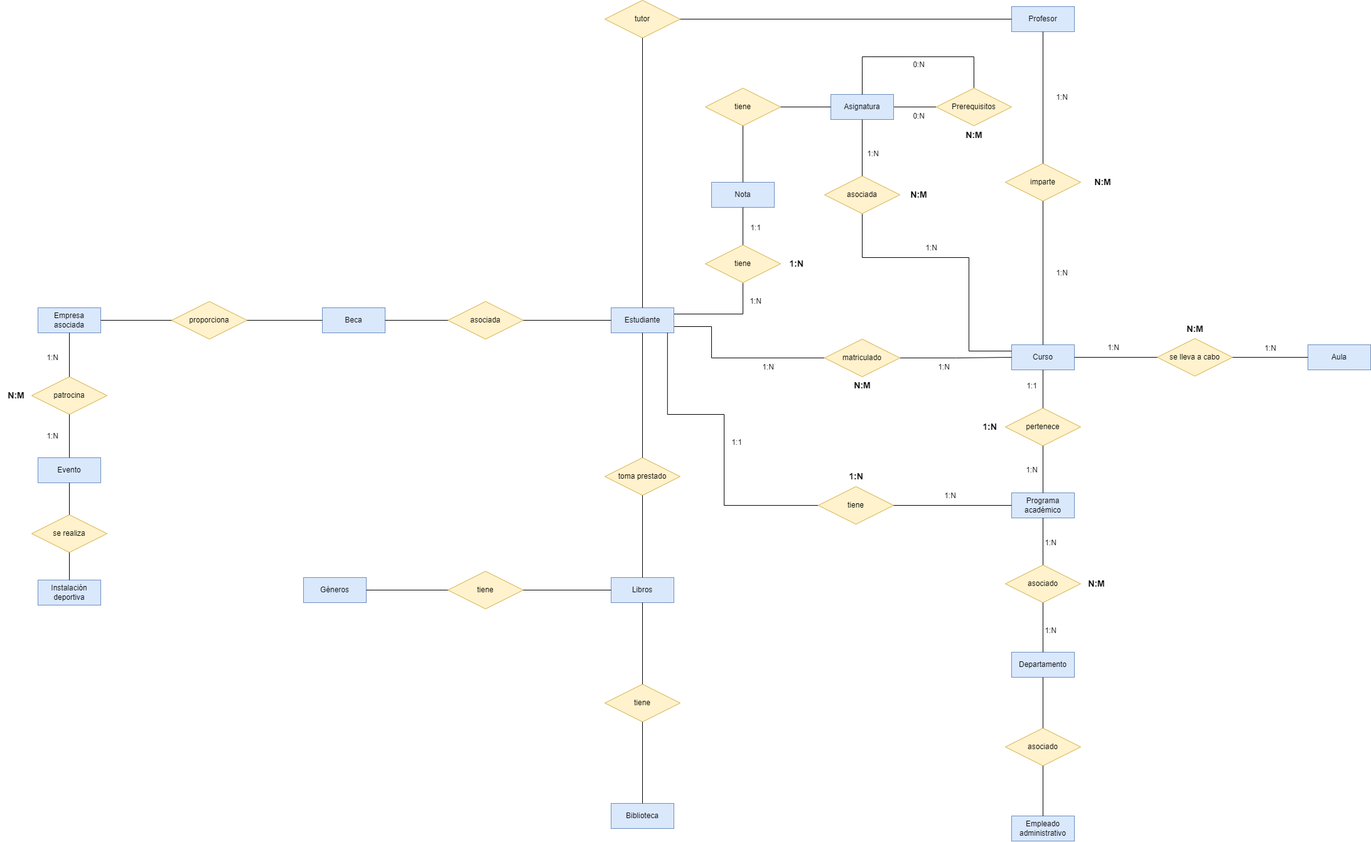
This is modelo-er/Modelo ER.drawio.png from RafaelMayor/proyectoBBDD, a draw.io export, as it was before one commit. Source tidied: cells renumbered, new cells last; positions are measured from the earlier drawing's top-left corner, leaving out a move shared by most shapes.
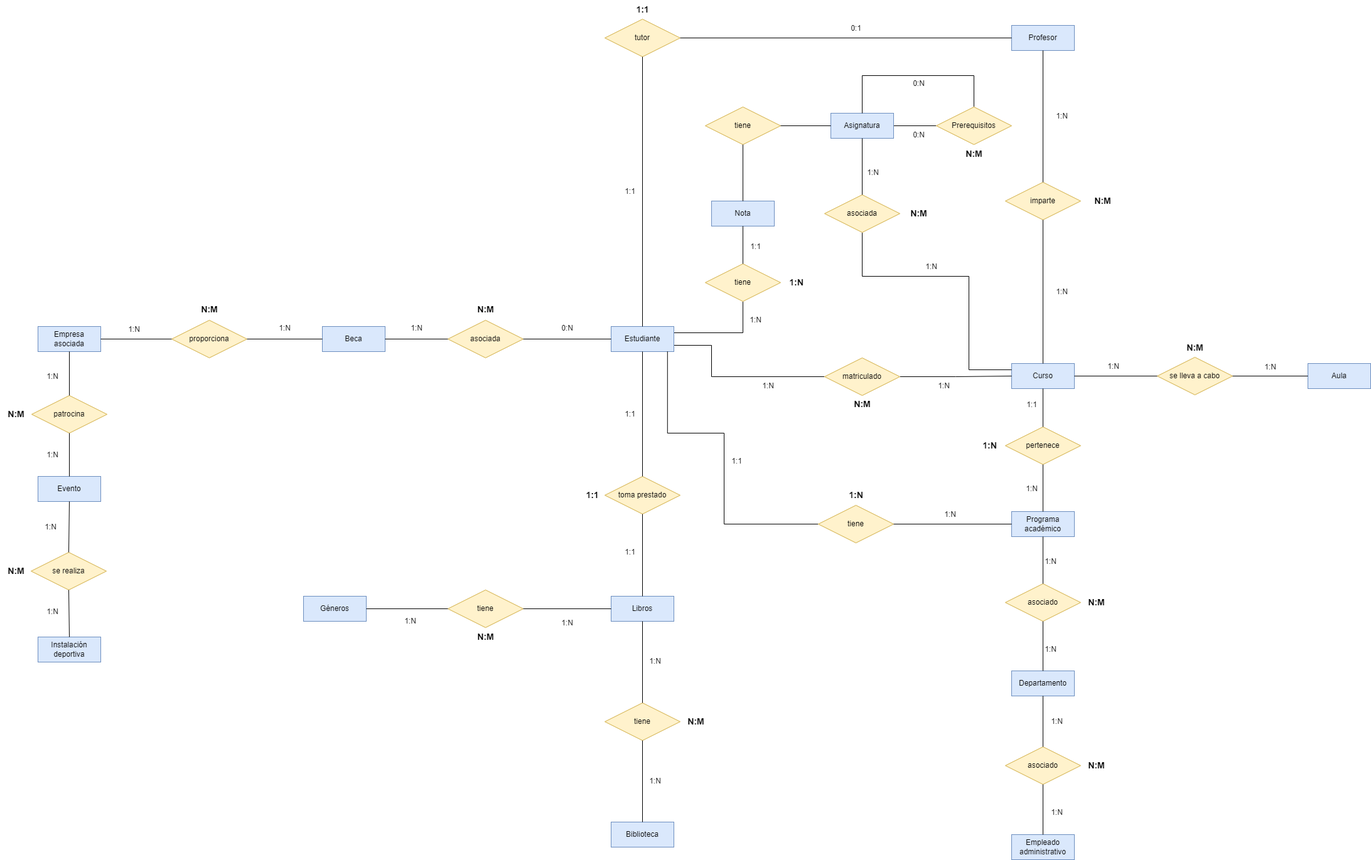
Later version of the same file.

What changed in the source:
```diff
@@ -50,7 +50,7 @@
       <mxGeometry x="973" y="1280" width="100" height="40" as="geometry" />
     </mxCell>
     <mxCell id="16" value="Instalación deportiva" style="whiteSpace=wrap;html=1;align=center;fillColor=#dae8fc;strokeColor=#6c8ebf;" parent="1" vertex="1">
-      <mxGeometry x="60" y="924" width="100" height="40" as="geometry" />
+      <mxGeometry x="60" y="985" width="100" height="40" as="geometry" />
     </mxCell>
     <mxCell id="17" value="Empleado administrativo" style="whiteSpace=wrap;html=1;align=center;fillColor=#dae8fc;strokeColor=#6c8ebf;" parent="1" vertex="1">
       <mxGeometry x="1611" y="1300" width="100" height="40" as="geometry" />
@@ -113,7 +113,7 @@
       <mxGeometry x="1601" y="1160" width="120" height="60" as="geometry" />
     </mxCell>
     <mxCell id="35" value="se realiza" style="shape=rhombus;perimeter=rhombusPerimeter;whiteSpace=wrap;html=1;align=center;fillColor=#fff2cc;strokeColor=#d6b656;" parent="1" vertex="1">
-      <mxGeometry x="50" y="820" width="120" height="60" as="geometry" />
+      <mxGeometry x="49" y="850" width="120" height="60" as="geometry" />
     </mxCell>
     <mxCell id="36" value="tutor" style="shape=rhombus;perimeter=rhombusPerimeter;whiteSpace=wrap;html=1;align=center;fillColor=#fff2cc;strokeColor=#d6b656;" parent="1" vertex="1">
       <mxGeometry x="963" width="120" height="60" as="geometry" />
@@ -333,5 +333,77 @@
     <mxCell id="104" value="&lt;b&gt;&lt;font style=&quot;font-size: 14px;&quot;&gt;N:M&lt;/font&gt;&lt;/b&gt;" style="text;html=1;align=center;verticalAlign=middle;strokeColor=none;fillColor=none;" parent="1" vertex="1">
       <mxGeometry y="615" width="50" height="30" as="geometry" />
     </mxCell>
+    <mxCell id="105" value="0:N" style="text;html=1;align=center;verticalAlign=middle;strokeColor=none;fillColor=none;" parent="1" vertex="1">
+      <mxGeometry x="883" y="478" width="40" height="30" as="geometry" />
+    </mxCell>
+    <mxCell id="106" value="1:N" style="text;html=1;align=center;verticalAlign=middle;strokeColor=none;fillColor=none;" parent="1" vertex="1">
+      <mxGeometry x="643" y="478" width="40" height="30" as="geometry" />
+    </mxCell>
+    <mxCell id="107" value="&lt;b&gt;&lt;font style=&quot;font-size: 14px;&quot;&gt;N:M&lt;/font&gt;&lt;/b&gt;" style="text;html=1;align=center;verticalAlign=middle;strokeColor=none;fillColor=none;" parent="1" vertex="1">
+      <mxGeometry x="748" y="448" width="50" height="30" as="geometry" />
+    </mxCell>
+    <mxCell id="108" value="1:N" style="text;html=1;align=center;verticalAlign=middle;strokeColor=none;fillColor=none;" parent="1" vertex="1">
+      <mxGeometry x="1023" y="1200" width="40" height="30" as="geometry" />
+    </mxCell>
+    <mxCell id="109" value="&lt;b&gt;&lt;font style=&quot;font-size: 14px;&quot;&gt;N:M&lt;/font&gt;&lt;/b&gt;" style="text;html=1;align=center;verticalAlign=middle;strokeColor=none;fillColor=none;" parent="1" vertex="1">
+      <mxGeometry x="1083" y="1105" width="50" height="30" as="geometry" />
+    </mxCell>
+    <mxCell id="110" value="1:N" style="text;html=1;align=center;verticalAlign=middle;strokeColor=none;fillColor=none;" parent="1" vertex="1">
+      <mxGeometry x="1023" y="1009" width="40" height="30" as="geometry" />
+    </mxCell>
+    <mxCell id="111" value="1:N" style="text;html=1;align=center;verticalAlign=middle;strokeColor=none;fillColor=none;" parent="1" vertex="1">
+      <mxGeometry x="883" y="948" width="40" height="30" as="geometry" />
+    </mxCell>
+    <mxCell id="112" value="1:N" style="text;html=1;align=center;verticalAlign=middle;strokeColor=none;fillColor=none;" parent="1" vertex="1">
+      <mxGeometry x="633" y="945" width="40" height="30" as="geometry" />
+    </mxCell>
+    <mxCell id="113" value="&lt;b&gt;&lt;font style=&quot;font-size: 14px;&quot;&gt;N:M&lt;/font&gt;&lt;/b&gt;" style="text;html=1;align=center;verticalAlign=middle;strokeColor=none;fillColor=none;" parent="1" vertex="1">
+      <mxGeometry x="748" y="970" width="50" height="30" as="geometry" />
+    </mxCell>
+    <mxCell id="114" value="1:N" style="text;html=1;align=center;verticalAlign=middle;strokeColor=none;fillColor=none;" parent="1" vertex="1">
+      <mxGeometry x="1663" y="1105" width="40" height="30" as="geometry" />
+    </mxCell>
+    <mxCell id="115" value="1:N" style="text;html=1;align=center;verticalAlign=middle;strokeColor=none;fillColor=none;" parent="1" vertex="1">
+      <mxGeometry x="1663" y="1250" width="40" height="30" as="geometry" />
+    </mxCell>
+    <mxCell id="116" value="&lt;b&gt;&lt;font style=&quot;font-size: 14px;&quot;&gt;N:M&lt;/font&gt;&lt;/b&gt;" style="text;html=1;align=center;verticalAlign=middle;strokeColor=none;fillColor=none;" parent="1" vertex="1">
+      <mxGeometry x="1721" y="1175" width="50" height="30" as="geometry" />
+    </mxCell>
+    <mxCell id="117" value="1:N" style="text;html=1;align=center;verticalAlign=middle;strokeColor=none;fillColor=none;" parent="1" vertex="1">
+      <mxGeometry x="60" y="795" width="40" height="30" as="geometry" />
+    </mxCell>
+    <mxCell id="118" value="1:N" style="text;html=1;align=center;verticalAlign=middle;strokeColor=none;fillColor=none;" parent="1" vertex="1">
+      <mxGeometry x="63" y="930" width="40" height="30" as="geometry" />
+    </mxCell>
+    <mxCell id="119" value="&lt;b&gt;&lt;font style=&quot;font-size: 14px;&quot;&gt;N:M&lt;/font&gt;&lt;/b&gt;" style="text;html=1;align=center;verticalAlign=middle;strokeColor=none;fillColor=none;" parent="1" vertex="1">
+      <mxGeometry y="865" width="50" height="30" as="geometry" />
+    </mxCell>
+    <mxCell id="120" value="1:N" style="text;html=1;align=center;verticalAlign=middle;strokeColor=none;fillColor=none;" parent="1" vertex="1">
+      <mxGeometry x="193" y="480" width="40" height="30" as="geometry" />
+    </mxCell>
+    <mxCell id="121" value="1:N" style="text;html=1;align=center;verticalAlign=middle;strokeColor=none;fillColor=none;" parent="1" vertex="1">
+      <mxGeometry x="433" y="478" width="40" height="30" as="geometry" />
+    </mxCell>
+    <mxCell id="122" value="&lt;b&gt;&lt;font style=&quot;font-size: 14px;&quot;&gt;N:M&lt;/font&gt;&lt;/b&gt;" style="text;html=1;align=center;verticalAlign=middle;strokeColor=none;fillColor=none;" parent="1" vertex="1">
+      <mxGeometry x="308" y="448" width="50" height="30" as="geometry" />
+    </mxCell>
+    <mxCell id="123" value="0:1" style="text;html=1;align=center;verticalAlign=middle;strokeColor=none;fillColor=none;" parent="1" vertex="1">
+      <mxGeometry x="1343" width="40" height="30" as="geometry" />
+    </mxCell>
+    <mxCell id="124" value="1:1" style="text;html=1;align=center;verticalAlign=middle;strokeColor=none;fillColor=none;" parent="1" vertex="1">
+      <mxGeometry x="983" y="260" width="40" height="30" as="geometry" />
+    </mxCell>
+    <mxCell id="125" value="&lt;b&gt;&lt;font style=&quot;font-size: 14px;&quot;&gt;1:1&lt;/font&gt;&lt;/b&gt;" style="text;html=1;align=center;verticalAlign=middle;strokeColor=none;fillColor=none;" parent="1" vertex="1">
+      <mxGeometry x="1003" y="-30" width="40" height="30" as="geometry" />
+    </mxCell>
+    <mxCell id="126" value="1:1" style="text;html=1;align=center;verticalAlign=middle;strokeColor=none;fillColor=none;" parent="1" vertex="1">
+      <mxGeometry x="983" y="835" width="40" height="30" as="geometry" />
+    </mxCell>
+    <mxCell id="127" value="1:1" style="text;html=1;align=center;verticalAlign=middle;strokeColor=none;fillColor=none;" parent="1" vertex="1">
+      <mxGeometry x="983" y="615" width="40" height="30" as="geometry" />
+    </mxCell>
+    <mxCell id="128" value="&lt;b&gt;&lt;font style=&quot;font-size: 14px;&quot;&gt;1:1&lt;/font&gt;&lt;/b&gt;" style="text;html=1;align=center;verticalAlign=middle;strokeColor=none;fillColor=none;" parent="1" vertex="1">
+      <mxGeometry x="923" y="744" width="40" height="30" as="geometry" />
+    </mxCell>
   </root>
 </mxGraphModel>
```
